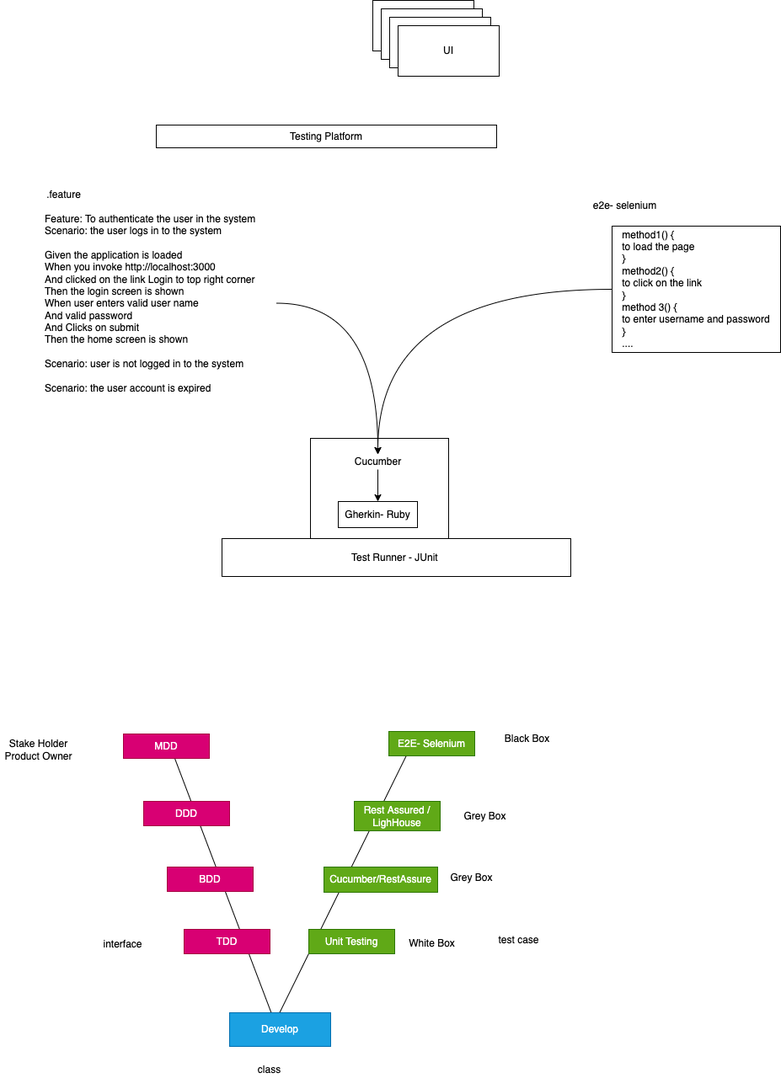
Earlier version of the draw.io export images/day22.drawio.png (adithnaveen/2022-jul-asde-jfs-sapient). Source tidied: cells renumbered, new cells last; positions are measured from the earlier drawing's top-left corner, leaving out a move shared by most shapes.
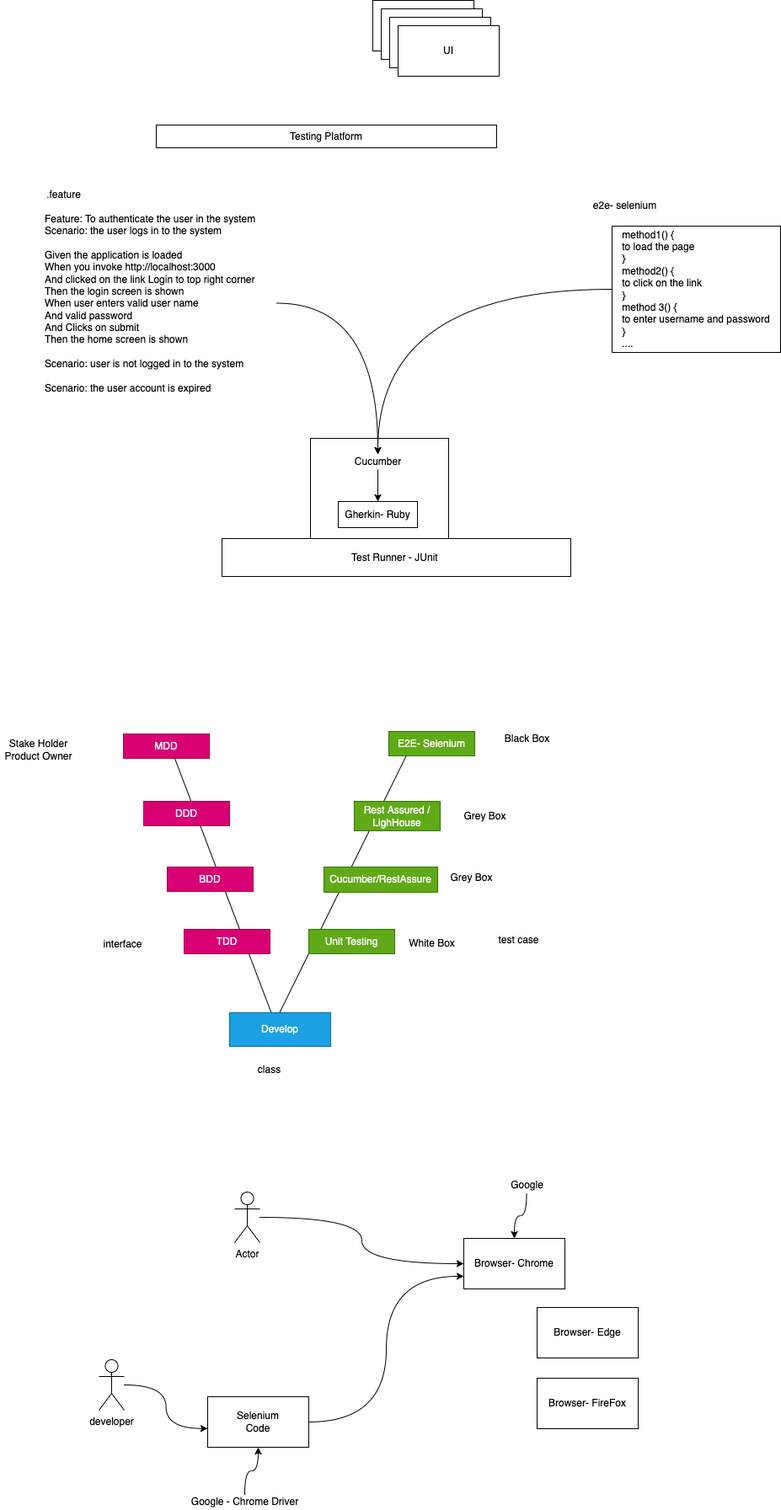
The same diagram one commit later.

Commit message:
working on selenium

Diff of the diagram source:
```diff
@@ -113,5 +113,44 @@
     <mxCell id="36" value="test case" style="text;html=1;align=center;verticalAlign=middle;strokeColor=none;fillColor=none;" parent="1" vertex="1">
       <mxGeometry x="586" y="1107" width="58" height="18" as="geometry" />
     </mxCell>
+    <mxCell id="37" style="edgeStyle=orthogonalEdgeStyle;curved=1;html=1;entryX=0;entryY=0.5;entryDx=0;entryDy=0;" parent="1" edge="1" source="38" target="39">
+      <mxGeometry relative="1" as="geometry" />
+    </mxCell>
+    <mxCell id="38" value="Actor" style="shape=umlActor;verticalLabelPosition=bottom;verticalAlign=top;html=1;outlineConnect=0;" parent="1" vertex="1">
+      <mxGeometry x="278" y="1415" width="30" height="60" as="geometry" />
+    </mxCell>
+    <mxCell id="39" value="Browser- Chrome" style="rounded=0;whiteSpace=wrap;html=1;" parent="1" vertex="1">
+      <mxGeometry x="550" y="1470" width="120" height="60" as="geometry" />
+    </mxCell>
+    <mxCell id="40" value="Browser- Edge" style="rounded=0;whiteSpace=wrap;html=1;" parent="1" vertex="1">
+      <mxGeometry x="637" y="1552" width="120" height="60" as="geometry" />
+    </mxCell>
+    <mxCell id="41" value="Browser- FireFox" style="rounded=0;whiteSpace=wrap;html=1;" parent="1" vertex="1">
+      <mxGeometry x="637" y="1636" width="120" height="60" as="geometry" />
+    </mxCell>
+    <mxCell id="42" style="edgeStyle=orthogonalEdgeStyle;curved=1;html=1;entryX=0;entryY=0.629;entryDx=0;entryDy=0;entryPerimeter=0;" parent="1" edge="1" source="43" target="45">
+      <mxGeometry relative="1" as="geometry" />
+    </mxCell>
+    <mxCell id="43" value="developer" style="shape=umlActor;verticalLabelPosition=bottom;verticalAlign=top;html=1;outlineConnect=0;" parent="1" vertex="1">
+      <mxGeometry x="117" y="1614" width="30" height="60" as="geometry" />
+    </mxCell>
+    <mxCell id="44" style="edgeStyle=orthogonalEdgeStyle;curved=1;html=1;entryX=0;entryY=0.75;entryDx=0;entryDy=0;" parent="1" edge="1" source="45" target="39">
+      <mxGeometry relative="1" as="geometry" />
+    </mxCell>
+    <mxCell id="45" value="Selenium&lt;br&gt;Code" style="rounded=0;whiteSpace=wrap;html=1;" parent="1" vertex="1">
+      <mxGeometry x="246" y="1658" width="120" height="60" as="geometry" />
+    </mxCell>
+    <mxCell id="46" style="edgeStyle=orthogonalEdgeStyle;curved=1;html=1;" parent="1" edge="1" source="47" target="39">
+      <mxGeometry relative="1" as="geometry" />
+    </mxCell>
+    <mxCell id="47" value="Google" style="text;html=1;align=center;verticalAlign=middle;points=[];strokeColor=none;fillColor=none;" parent="1" vertex="1">
+      <mxGeometry x="600" y="1398" width="49" height="18" as="geometry" />
+    </mxCell>
+    <mxCell id="48" style="edgeStyle=orthogonalEdgeStyle;curved=1;html=1;" parent="1" edge="1" source="49" target="45">
+      <mxGeometry relative="1" as="geometry" />
+    </mxCell>
+    <mxCell id="49" value="Google - Chrome Driver" style="text;html=1;align=center;verticalAlign=middle;points=[];strokeColor=none;fillColor=none;" parent="1" vertex="1">
+      <mxGeometry x="221" y="1774" width="138" height="18" as="geometry" />
+    </mxCell>
   </root>
 </mxGraphModel>
```
